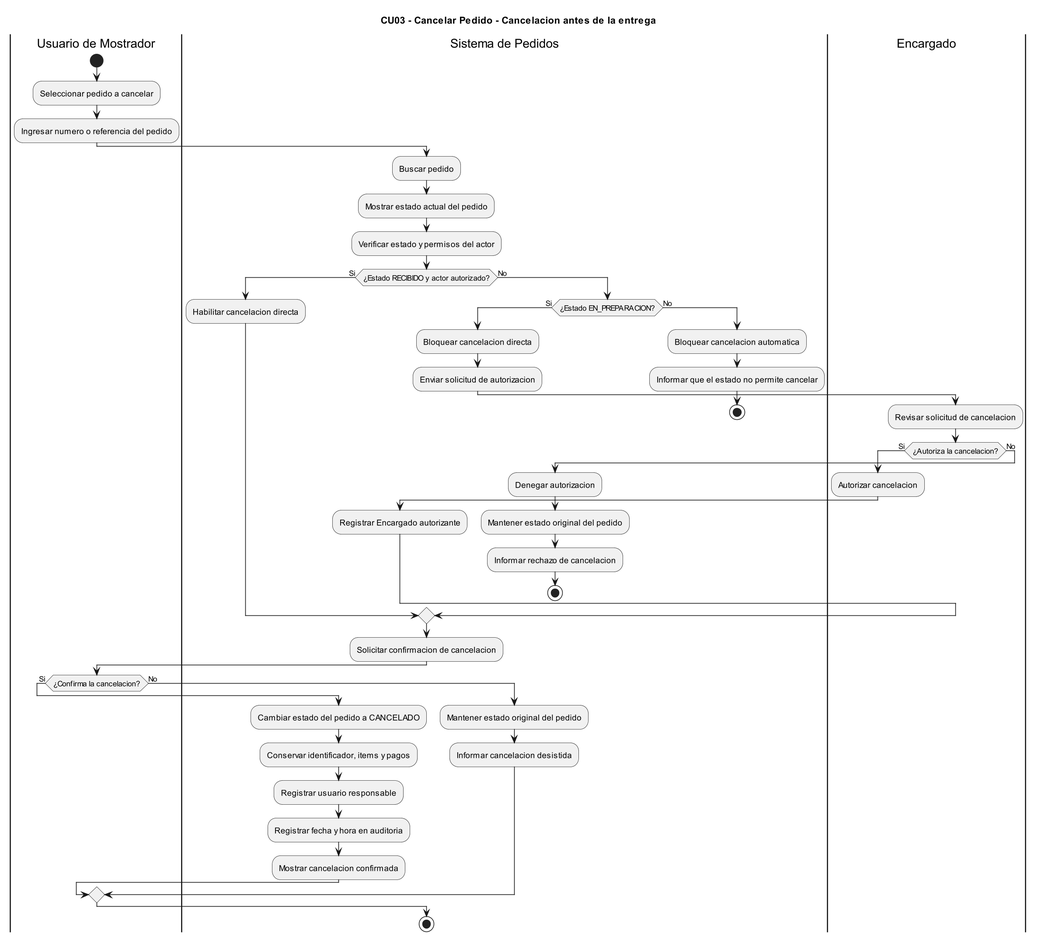
Before: diagramas/04-diagramas-actividades/04-actividad-cancelar-pedido-03.png, a diagram exported from PlantUML (eloeyhe/SistemaPedidos).
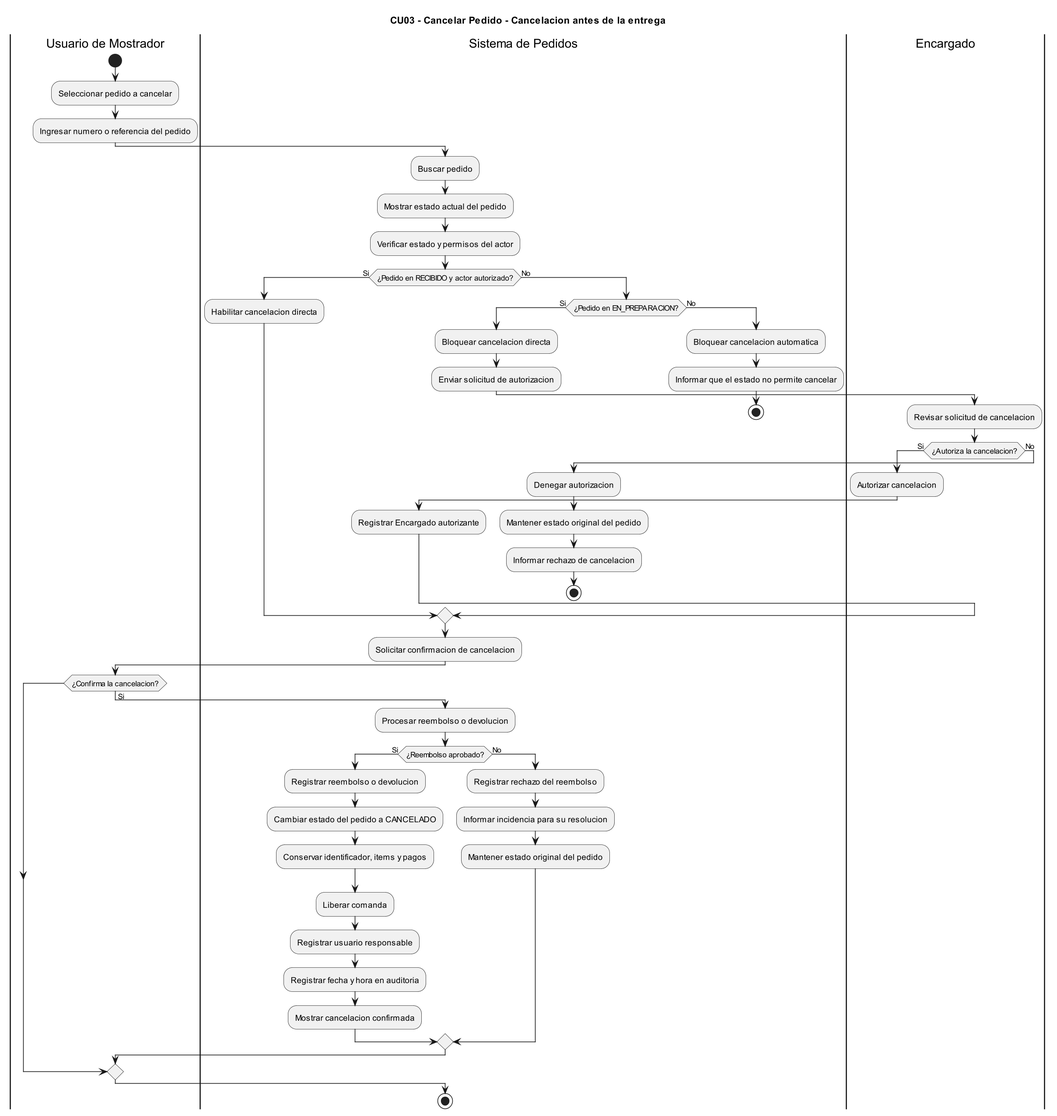
After the change.

What changed in the source:
```diff
@@ -13,10 +13,10 @@
 :Mostrar estado actual del pedido;
 :Verificar estado y permisos del actor;
 
-if (¿Estado RECIBIDO y actor autorizado?) then (Si)
+if (¿Pedido en RECIBIDO y actor autorizado?) then (Si)
   :Habilitar cancelacion directa;
 else (No)
-  if (¿Estado EN_PREPARACION?) then (Si)
+  if (¿Pedido en EN_PREPARACION?) then (Si)
     :Bloquear cancelacion directa;
     :Enviar solicitud de autorizacion;
     |Encargado|
@@ -44,15 +44,23 @@
 |Usuario de Mostrador|
 if (¿Confirma la cancelacion?) then (Si)
   |Sistema de Pedidos|
-  :Cambiar estado del pedido a CANCELADO;
-  :Conservar identificador, items y pagos;
-  :Registrar usuario responsable;
-  :Registrar fecha y hora en auditoria;
-  :Mostrar cancelacion confirmada;
-else (No)
-  |Sistema de Pedidos|
-  :Mantener estado original del pedido;
-  :Informar cancelacion desistida;
+    |Sistema de Pedidos|
+  :Procesar reembolso o devolucion;
+
+  if (¿Reembolso aprobado?) then (Si)
+    :Registrar reembolso o devolucion;
+    :Cambiar estado del pedido a CANCELADO;
+    :Conservar identificador, items y pagos;
+    :Liberar comanda;
+    :Registrar usuario responsable;
+    :Registrar fecha y hora en auditoria;
+    :Mostrar cancelacion confirmada;
+  else (No)
+    :Registrar rechazo del reembolso;
+    :Informar incidencia para su resolucion;
+    :Mantener estado original del pedido;
+  endif
+
 endif
 stop
 @enduml
```
